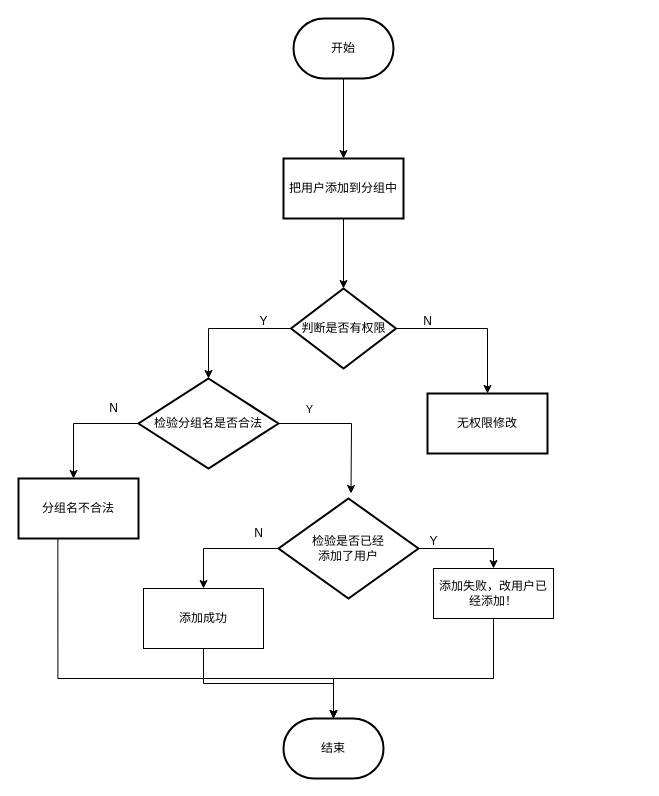
Earlier version of the draw.io diagram 用户分组.drawio (Redbiga/drawStorage). Source tidied: cells renumbered, new cells numbered last; positions are measured from the earlier drawing's top-left corner, leaving out a move shared by most shapes. Both pictures are drawn from the tidied source at 100%, with x=0, y=0 at pixel (18, 18).
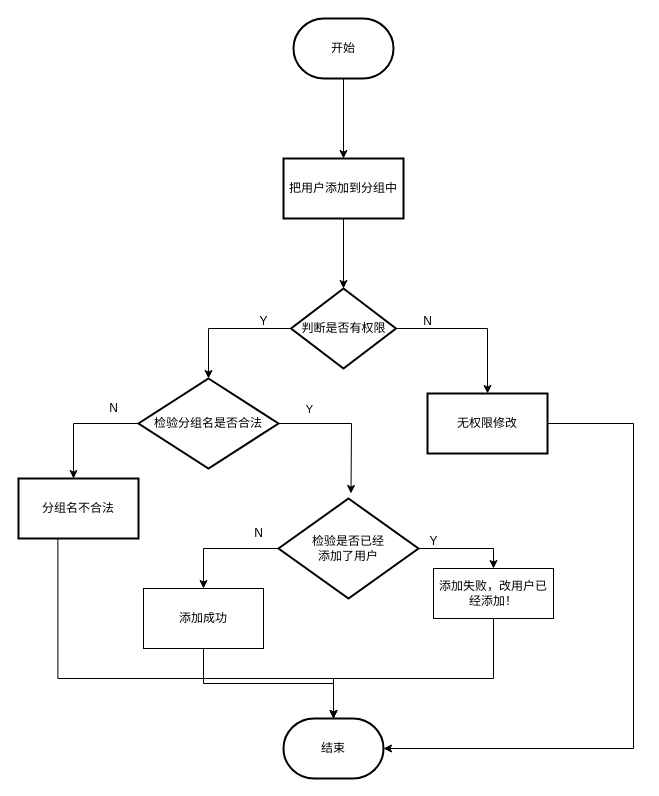
The same page after the edit.

Commit message (it also covers changes not shown here):
更新用户分组.drawio

The change refers to these unchanged cells:
```xml
<mxCell id="9" value="无权限修改" style="whiteSpace=wrap;html=1;strokeWidth=2;" parent="1" vertex="1">
  <mxGeometry x="409" y="375" width="120" height="60" as="geometry" />
</mxCell>
<mxCell id="28" value="结束" style="strokeWidth=2;html=1;shape=mxgraph.flowchart.terminator;whiteSpace=wrap;" parent="1" vertex="1">
  <mxGeometry x="265" y="700" width="100" height="60" as="geometry" />
</mxCell>
```

Diff of the diagram source:
```diff
@@
+    <mxCell id="29" style="edgeStyle=orthogonalEdgeStyle;rounded=0;jettySize=auto;html=1;entryX=1;entryY=0.5;entryDx=0;entryDy=0;entryPerimeter=0;" parent="1" edge="1" source="9" target="28">
+      <mxGeometry relative="1" as="geometry">
+        <Array as="points">
+          <mxPoint x="615" y="405" />
+          <mxPoint x="615" y="730" />
+        </Array>
+      </mxGeometry>
+    </mxCell>
```
